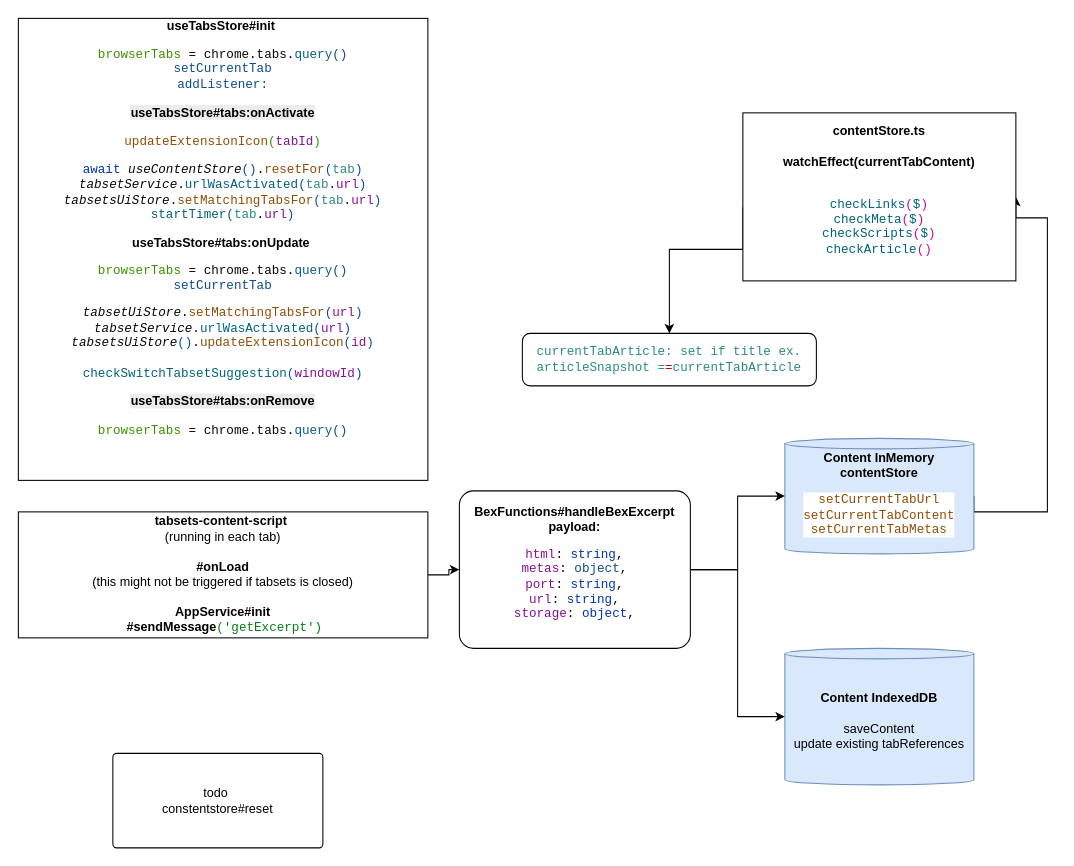
The draw.io diagram docs/drawio/test.drawio in evandor/tabsets, before the edit. Source tidied: cells renumbered, new cells numbered last; positions are measured from the earlier drawing's top-left corner, leaving out a move shared by most shapes. Both pictures are drawn from the tidied source at 105%, with x=0, y=0 at pixel (18, 18).
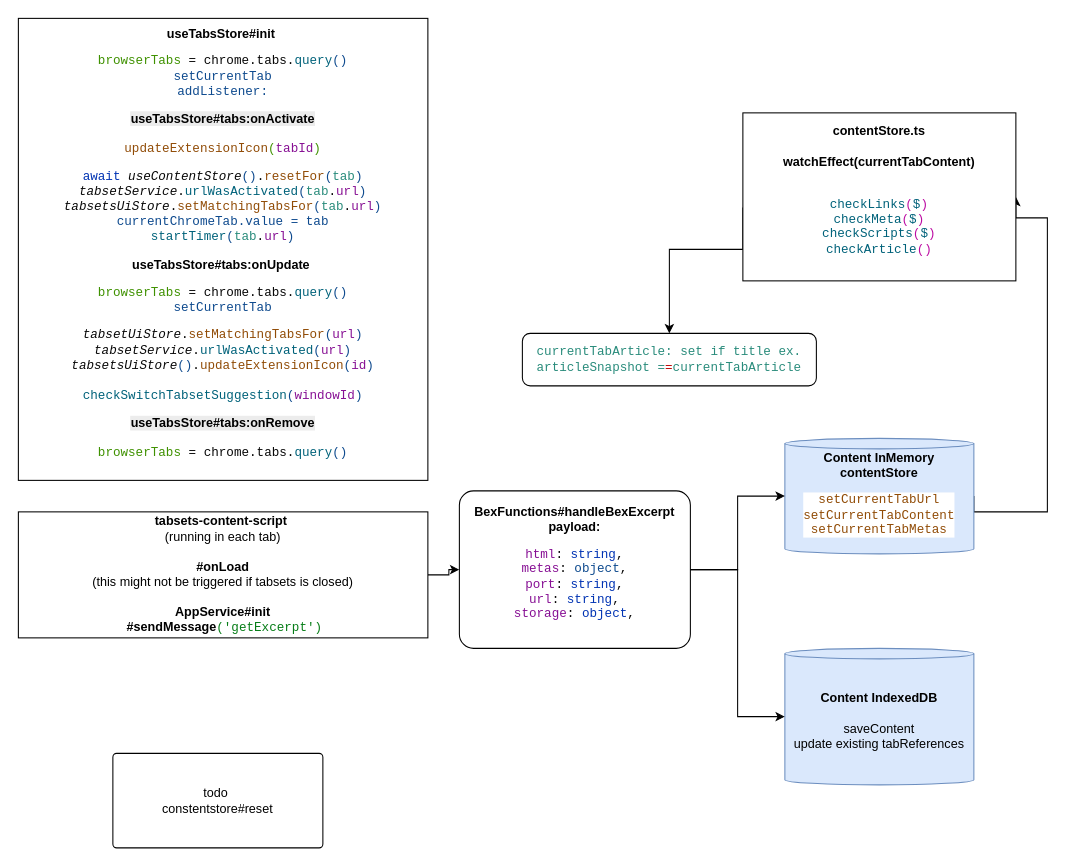
The same diagram, later.

Change to the diagram source:
```diff
@@
-    <mxCell id="8" value="&lt;div&gt;&lt;b&gt;useTabsStore#init&lt;/b&gt;&amp;nbsp;&lt;div&gt;&lt;div style=&quot;background-color: rgb(255, 255, 255); color: rgb(8, 8, 8);&quot;&gt;&lt;pre style=&quot;color: light-dark(rgb(8, 8, 8), rgb(230, 230, 230)); font-family: &amp;quot;JetBrains Mono&amp;quot;, monospace;&quot;&gt;&lt;span style=&quot;color: rgb(63, 145, 1);&quot;&gt;browserTabs&lt;span style=&quot;background-color: light-dark(rgb(255, 255, 255), rgb(18, 18, 18)); white-space: normal; color: rgb(145, 76, 7);&quot;&gt;&amp;nbsp;&lt;/span&gt;&lt;span style=&quot;background-color: light-dark(rgb(255, 255, 255), rgb(18, 18, 18)); color: light-dark(rgb(8, 8, 8), rgb(230, 230, 230)); white-space: normal;&quot;&gt;= chrome.tabs.&lt;/span&gt;&lt;span style=&quot;background-color: light-dark(rgb(255, 255, 255), rgb(18, 18, 18)); white-space: normal; color: rgb(0, 98, 122);&quot;&gt;query&lt;/span&gt;&lt;span style=&quot;background-color: light-dark(rgb(255, 255, 255), rgb(18, 18, 18)); white-space: normal; color: rgb(14, 74, 142);&quot;&gt;()&lt;br&gt;setCurrentTab&lt;br&gt;addListener:&lt;/span&gt;&lt;/span&gt;&lt;/pre&gt;&lt;/div&gt;&lt;/div&gt;&lt;/div&gt;&lt;pre style=&quot;color: light-dark(rgb(8, 8, 8), rgb(230, 230, 230)); font-family: &amp;quot;JetBrains Mono&amp;quot;, monospace;&quot;&gt;&lt;span style=&quot;color: rgb(63, 145, 1);&quot;&gt;&lt;span style=&quot;background-color: light-dark(rgb(255, 255, 255), rgb(18, 18, 18)); white-space: normal; color: rgb(14, 74, 142);&quot;&gt;&lt;b style=&quot;color: rgb(0, 0, 0); font-family: Helvetica; background-color: rgb(236, 236, 236);&quot;&gt;useTabsStore#tabs:onActivate&lt;/b&gt;&lt;/span&gt;&lt;/span&gt;&lt;/pre&gt;&lt;span style=&quot;font-family: &amp;quot;JetBrains Mono&amp;quot;, monospace; background-color: transparent; color: rgb(145, 76, 7);&quot;&gt;updateExtensionIcon&lt;/span&gt;&lt;span style=&quot;font-family: &amp;quot;JetBrains Mono&amp;quot;, monospace; background-color: transparent; color: rgb(63, 145, 1);&quot;&gt;(&lt;/span&gt;&lt;span style=&quot;font-family: &amp;quot;JetBrains Mono&amp;quot;, monospace; background-color: transparent; color: rgb(135, 16, 148);&quot;&gt;tabId&lt;/span&gt;&lt;span style=&quot;font-family: &amp;quot;JetBrains Mono&amp;quot;, monospace; background-color: transparent; color: rgb(63, 145, 1);&quot;&gt;)&lt;/span&gt;&lt;div&gt;&lt;div style=&quot;background-color: rgb(255, 255, 255); color: rgb(8, 8, 8);&quot;&gt;&lt;pre style=&quot;font-family:'JetBrains Mono',monospace;font-size:9,8pt;&quot;&gt;&lt;span style=&quot;color: rgb(0, 51, 179);&quot;&gt;await &lt;/span&gt;&lt;span style=&quot;font-style:italic;&quot;&gt;useContentStore&lt;/span&gt;&lt;span style=&quot;color: rgb(14, 74, 142);&quot;&gt;()&lt;/span&gt;.&lt;span style=&quot;color: rgb(145, 76, 7);&quot;&gt;resetFor&lt;/span&gt;&lt;span style=&quot;color: rgb(14, 74, 142);&quot;&gt;(&lt;/span&gt;&lt;span style=&quot;color: rgb(42, 140, 124);&quot;&gt;tab&lt;/span&gt;&lt;span style=&quot;color: rgb(14, 74, 142);&quot;&gt;)&lt;br&gt;&lt;/span&gt;&lt;i&gt;tabsetService&lt;/i&gt;.&lt;span style=&quot;color: rgb(0, 98, 122);&quot;&gt;urlWasActivated&lt;/span&gt;&lt;span style=&quot;color: rgb(14, 74, 142);&quot;&gt;(&lt;/span&gt;&lt;span style=&quot;color: rgb(42, 140, 124);&quot;&gt;tab&lt;/span&gt;.&lt;span style=&quot;color: rgb(135, 16, 148);&quot;&gt;url&lt;/span&gt;&lt;span style=&quot;color: rgb(14, 74, 142);&quot;&gt;)&lt;br&gt;&lt;/span&gt;&lt;i&gt;tabsetsUiStore&lt;/i&gt;.&lt;span style=&quot;color: rgb(145, 76, 7);&quot;&gt;setMatchingTabsFor&lt;/span&gt;&lt;span style=&quot;color: rgb(14, 74, 142);&quot;&gt;(&lt;/span&gt;&lt;span style=&quot;color: rgb(42, 140, 124);&quot;&gt;tab&lt;/span&gt;.&lt;span style=&quot;color: rgb(135, 16, 148);&quot;&gt;url&lt;/span&gt;&lt;span style=&quot;color: rgb(14, 74, 142);&quot;&gt;)&lt;br&gt;&lt;/span&gt;&lt;span style=&quot;color: rgb(0, 98, 122);&quot;&gt;startTimer&lt;/span&gt;&lt;span style=&quot;color: rgb(14, 74, 142);&quot;&gt;(&lt;/span&gt;&lt;span style=&quot;color: rgb(42, 140, 124);&quot;&gt;tab&lt;/span&gt;.&lt;span style=&quot;color: rgb(135, 16, 148);&quot;&gt;url&lt;/span&gt;&lt;span style=&quot;color: rgb(14, 74, 142);&quot;&gt;)&lt;/span&gt;&lt;/pre&gt;&lt;/div&gt;&lt;/div&gt;&lt;div&gt;&lt;b&gt;useTabsStore#tabs:onUpdate&lt;/b&gt;&amp;nbsp;&lt;div&gt;&lt;div style=&quot;background-color: rgb(255, 255, 255); color: rgb(8, 8, 8);&quot;&gt;&lt;pre style=&quot;color: light-dark(rgb(8, 8, 8), rgb(230, 230, 230)); font-family: &amp;quot;JetBrains Mono&amp;quot;, monospace;&quot;&gt;&lt;span style=&quot;color: rgb(63, 145, 1);&quot;&gt;browserTabs&lt;span style=&quot;background-color: light-dark(rgb(255, 255, 255), rgb(18, 18, 18)); white-space: normal; color: rgb(145, 76, 7);&quot;&gt;&amp;nbsp;&lt;/span&gt;&lt;span style=&quot;background-color: light-dark(rgb(255, 255, 255), rgb(18, 18, 18)); color: light-dark(rgb(8, 8, 8), rgb(230, 230, 230)); white-space: normal;&quot;&gt;= chrome.tabs.&lt;/span&gt;&lt;span style=&quot;background-color: light-dark(rgb(255, 255, 255), rgb(18, 18, 18)); white-space: normal; color: rgb(0, 98, 122);&quot;&gt;query&lt;/span&gt;&lt;span style=&quot;background-color: light-dark(rgb(255, 255, 255), rgb(18, 18, 18)); white-space: normal; color: rgb(14, 74, 142);&quot;&gt;()&lt;br&gt;setCurrentTab&lt;/span&gt;&lt;/span&gt;&lt;/pre&gt;&lt;pre style=&quot;color: light-dark(rgb(8, 8, 8), rgb(230, 230, 230)); font-family: &amp;quot;JetBrains Mono&amp;quot;, monospace;&quot;&gt;&lt;span style=&quot;color: rgb(63, 145, 1);&quot;&gt;&lt;span style=&quot;background-color: light-dark(rgb(255, 255, 255), rgb(18, 18, 18)); white-space: normal; color: rgb(14, 74, 142);&quot;&gt;&lt;div style=&quot;color: rgb(8, 8, 8);&quot;&gt;&lt;pre style=&quot;font-family:'JetBrains Mono',monospace;font-size:9,8pt;&quot;&gt;&lt;span style=&quot;font-style:italic;&quot;&gt;tabsetUiStore&lt;/span&gt;.&lt;span style=&quot;color: rgb(145, 76, 7);&quot;&gt;setMatchingTabsFor&lt;/span&gt;&lt;span style=&quot;color: rgb(14, 74, 142);&quot;&gt;(&lt;/span&gt;&lt;span style=&quot;color: rgb(135, 16, 148);&quot;&gt;url&lt;/span&gt;&lt;span style=&quot;color: rgb(14, 74, 142);&quot;&gt;)&lt;br&gt;&lt;/span&gt;&lt;span style=&quot;font-style:italic;&quot;&gt;tabsetService&lt;/span&gt;.&lt;span style=&quot;color: rgb(0, 98, 122);&quot;&gt;urlWasActivated&lt;/span&gt;&lt;span style=&quot;color: rgb(14, 74, 142);&quot;&gt;(&lt;/span&gt;&lt;span style=&quot;color: rgb(135, 16, 148);&quot;&gt;url&lt;/span&gt;&lt;span style=&quot;color: rgb(14, 74, 142);&quot;&gt;)&lt;br&gt;&lt;/span&gt;&lt;span style=&quot;font-style:italic;&quot;&gt;tabsetsUiStore&lt;/span&gt;&lt;span style=&quot;color: rgb(14, 74, 142);&quot;&gt;()&lt;/span&gt;.&lt;span style=&quot;color: rgb(145, 76, 7);&quot;&gt;updateExtensionIcon&lt;/span&gt;&lt;span style=&quot;color: rgb(14, 74, 142);&quot;&gt;(&lt;/span&gt;&lt;span style=&quot;color: rgb(135, 16, 148);&quot;&gt;id&lt;/span&gt;&lt;span style=&quot;color: rgb(14, 74, 142);&quot;&gt;)&lt;br&gt;&lt;/span&gt;&lt;span style=&quot;color: rgb(14, 74, 142);&quot;&gt;&lt;br&gt;&lt;/span&gt;&lt;span style=&quot;color: rgb(0, 98, 122);&quot;&gt;checkSwitchTabsetSuggestion&lt;/span&gt;&lt;span style=&quot;color: rgb(14, 74, 142);&quot;&gt;(&lt;/span&gt;&lt;span style=&quot;color: rgb(135, 16, 148);&quot;&gt;windowId&lt;/span&gt;&lt;span style=&quot;color: rgb(14, 74, 142);&quot;&gt;)&lt;/span&gt;&lt;/pre&gt;&lt;/div&gt;&lt;/span&gt;&lt;/span&gt;&lt;/pre&gt;&lt;pre style=&quot;color: light-dark(rgb(8, 8, 8), rgb(230, 230, 230)); font-family: &amp;quot;JetBrains Mono&amp;quot;, monospace;&quot;&gt;&lt;b style=&quot;color: rgb(0, 0, 0); font-family: Helvetica; white-space: normal; background-color: rgb(236, 236, 236);&quot;&gt;useTabsStore#tabs:onRemove&lt;/b&gt;&lt;/pre&gt;&lt;pre style=&quot;color: light-dark(rgb(8, 8, 8), rgb(230, 230, 230)); font-family: &amp;quot;JetBrains Mono&amp;quot;, monospace;&quot;&gt;&lt;span style=&quot;color: rgb(63, 145, 1);&quot;&gt;browserTabs&lt;span style=&quot;background-color: light-dark(rgb(255, 255, 255), rgb(18, 18, 18)); white-space: normal; color: rgb(145, 76, 7);&quot;&gt;&amp;nbsp;&lt;/span&gt;&lt;span style=&quot;background-color: light-dark(rgb(255, 255, 255), rgb(18, 18, 18)); color: light-dark(rgb(8, 8, 8), rgb(230, 230, 230)); white-space: normal;&quot;&gt;= chrome.tabs.&lt;/span&gt;&lt;span style=&quot;background-color: light-dark(rgb(255, 255, 255), rgb(18, 18, 18)); white-space: normal; color: rgb(0, 98, 122);&quot;&gt;query&lt;/span&gt;&lt;span style=&quot;background-color: light-dark(rgb(255, 255, 255), rgb(18, 18, 18)); white-space: normal; color: rgb(14, 74, 142);&quot;&gt;()&lt;/span&gt;&lt;/span&gt;&lt;/pre&gt;&lt;pre style=&quot;color: light-dark(rgb(8, 8, 8), rgb(230, 230, 230)); font-family: &amp;quot;JetBrains Mono&amp;quot;, monospace;&quot;&gt;&lt;b style=&quot;color: rgb(0, 0, 0); font-family: Helvetica; white-space: normal; background-color: rgb(236, 236, 236);&quot;&gt;&lt;br&gt;&lt;/b&gt;&lt;/pre&gt;&lt;/div&gt;&lt;/div&gt;&lt;/div&gt;" style="whiteSpace=wrap;html=1;" parent="1" vertex="1">
+    <mxCell id="8" value="&lt;div&gt;&lt;b&gt;useTabsStore#init&lt;/b&gt;&amp;nbsp;&lt;div&gt;&lt;div style=&quot;background-color: rgb(255, 255, 255); color: rgb(8, 8, 8);&quot;&gt;&lt;pre style=&quot;color: light-dark(rgb(8, 8, 8), rgb(230, 230, 230)); font-family: &amp;quot;JetBrains Mono&amp;quot;, monospace;&quot;&gt;&lt;span style=&quot;color: rgb(63, 145, 1);&quot;&gt;browserTabs&lt;span style=&quot;background-color: light-dark(rgb(255, 255, 255), rgb(18, 18, 18)); white-space: normal; color: rgb(145, 76, 7);&quot;&gt;&amp;nbsp;&lt;/span&gt;&lt;span style=&quot;background-color: light-dark(rgb(255, 255, 255), rgb(18, 18, 18)); color: light-dark(rgb(8, 8, 8), rgb(230, 230, 230)); white-space: normal;&quot;&gt;= chrome.tabs.&lt;/span&gt;&lt;span style=&quot;background-color: light-dark(rgb(255, 255, 255), rgb(18, 18, 18)); white-space: normal; color: rgb(0, 98, 122);&quot;&gt;query&lt;/span&gt;&lt;span style=&quot;background-color: light-dark(rgb(255, 255, 255), rgb(18, 18, 18)); white-space: normal; color: rgb(14, 74, 142);&quot;&gt;()&lt;br&gt;setCurrentTab&lt;br&gt;addListener:&lt;/span&gt;&lt;/span&gt;&lt;/pre&gt;&lt;/div&gt;&lt;/div&gt;&lt;/div&gt;&lt;pre style=&quot;color: light-dark(rgb(8, 8, 8), rgb(230, 230, 230)); font-family: &amp;quot;JetBrains Mono&amp;quot;, monospace;&quot;&gt;&lt;span style=&quot;color: rgb(63, 145, 1);&quot;&gt;&lt;span style=&quot;background-color: light-dark(rgb(255, 255, 255), rgb(18, 18, 18)); white-space: normal; color: rgb(14, 74, 142);&quot;&gt;&lt;b style=&quot;color: rgb(0, 0, 0); font-family: Helvetica; background-color: rgb(236, 236, 236);&quot;&gt;useTabsStore#tabs:onActivate&lt;/b&gt;&lt;/span&gt;&lt;/span&gt;&lt;/pre&gt;&lt;span style=&quot;font-family: &amp;quot;JetBrains Mono&amp;quot;, monospace; background-color: transparent; color: rgb(145, 76, 7);&quot;&gt;updateExtensionIcon&lt;/span&gt;&lt;span style=&quot;font-family: &amp;quot;JetBrains Mono&amp;quot;, monospace; background-color: transparent; color: rgb(63, 145, 1);&quot;&gt;(&lt;/span&gt;&lt;span style=&quot;font-family: &amp;quot;JetBrains Mono&amp;quot;, monospace; background-color: transparent; color: rgb(135, 16, 148);&quot;&gt;tabId&lt;/span&gt;&lt;span style=&quot;font-family: &amp;quot;JetBrains Mono&amp;quot;, monospace; background-color: transparent; color: rgb(63, 145, 1);&quot;&gt;)&lt;/span&gt;&lt;div&gt;&lt;div style=&quot;background-color: rgb(255, 255, 255); color: rgb(8, 8, 8);&quot;&gt;&lt;pre style=&quot;font-family:'JetBrains Mono',monospace;font-size:9,8pt;&quot;&gt;&lt;span style=&quot;color: rgb(0, 51, 179);&quot;&gt;await &lt;/span&gt;&lt;span style=&quot;font-style:italic;&quot;&gt;useContentStore&lt;/span&gt;&lt;span style=&quot;color: rgb(14, 74, 142);&quot;&gt;()&lt;/span&gt;.&lt;span style=&quot;color: rgb(145, 76, 7);&quot;&gt;resetFor&lt;/span&gt;&lt;span style=&quot;color: rgb(14, 74, 142);&quot;&gt;(&lt;/span&gt;&lt;span style=&quot;color: rgb(42, 140, 124);&quot;&gt;tab&lt;/span&gt;&lt;span style=&quot;color: rgb(14, 74, 142);&quot;&gt;)&lt;br&gt;&lt;/span&gt;&lt;i&gt;tabsetService&lt;/i&gt;.&lt;span style=&quot;color: rgb(0, 98, 122);&quot;&gt;urlWasActivated&lt;/span&gt;&lt;span style=&quot;color: rgb(14, 74, 142);&quot;&gt;(&lt;/span&gt;&lt;span style=&quot;color: rgb(42, 140, 124);&quot;&gt;tab&lt;/span&gt;.&lt;span style=&quot;color: rgb(135, 16, 148);&quot;&gt;url&lt;/span&gt;&lt;span style=&quot;color: rgb(14, 74, 142);&quot;&gt;)&lt;br&gt;&lt;/span&gt;&lt;i&gt;tabsetsUiStore&lt;/i&gt;.&lt;span style=&quot;color: rgb(145, 76, 7);&quot;&gt;setMatchingTabsFor&lt;/span&gt;&lt;span style=&quot;color: rgb(14, 74, 142);&quot;&gt;(&lt;/span&gt;&lt;span style=&quot;color: rgb(42, 140, 124);&quot;&gt;tab&lt;/span&gt;.&lt;span style=&quot;color: rgb(135, 16, 148);&quot;&gt;url&lt;/span&gt;&lt;span style=&quot;color: rgb(14, 74, 142);&quot;&gt;)&lt;br&gt;currentChromeTab.value = tab&lt;br&gt;&lt;/span&gt;&lt;span style=&quot;color: rgb(0, 98, 122);&quot;&gt;startTimer&lt;/span&gt;&lt;span style=&quot;color: rgb(14, 74, 142);&quot;&gt;(&lt;/span&gt;&lt;span style=&quot;color: rgb(42, 140, 124);&quot;&gt;tab&lt;/span&gt;.&lt;span style=&quot;color: rgb(135, 16, 148);&quot;&gt;url&lt;/span&gt;&lt;span style=&quot;color: rgb(14, 74, 142);&quot;&gt;)&lt;/span&gt;&lt;/pre&gt;&lt;/div&gt;&lt;/div&gt;&lt;div&gt;&lt;b&gt;useTabsStore#tabs:onUpdate&lt;/b&gt;&amp;nbsp;&lt;div&gt;&lt;div style=&quot;background-color: rgb(255, 255, 255); color: rgb(8, 8, 8);&quot;&gt;&lt;pre style=&quot;color: light-dark(rgb(8, 8, 8), rgb(230, 230, 230)); font-family: &amp;quot;JetBrains Mono&amp;quot;, monospace;&quot;&gt;&lt;span style=&quot;color: rgb(63, 145, 1);&quot;&gt;browserTabs&lt;span style=&quot;background-color: light-dark(rgb(255, 255, 255), rgb(18, 18, 18)); white-space: normal; color: rgb(145, 76, 7);&quot;&gt;&amp;nbsp;&lt;/span&gt;&lt;span style=&quot;background-color: light-dark(rgb(255, 255, 255), rgb(18, 18, 18)); color: light-dark(rgb(8, 8, 8), rgb(230, 230, 230)); white-space: normal;&quot;&gt;= chrome.tabs.&lt;/span&gt;&lt;span style=&quot;background-color: light-dark(rgb(255, 255, 255), rgb(18, 18, 18)); white-space: normal; color: rgb(0, 98, 122);&quot;&gt;query&lt;/span&gt;&lt;span style=&quot;background-color: light-dark(rgb(255, 255, 255), rgb(18, 18, 18)); white-space: normal; color: rgb(14, 74, 142);&quot;&gt;()&lt;br&gt;setCurrentTab&lt;/span&gt;&lt;/span&gt;&lt;/pre&gt;&lt;pre style=&quot;color: light-dark(rgb(8, 8, 8), rgb(230, 230, 230)); font-family: &amp;quot;JetBrains Mono&amp;quot;, monospace;&quot;&gt;&lt;span style=&quot;color: rgb(63, 145, 1);&quot;&gt;&lt;span style=&quot;background-color: light-dark(rgb(255, 255, 255), rgb(18, 18, 18)); white-space: normal; color: rgb(14, 74, 142);&quot;&gt;&lt;div style=&quot;color: rgb(8, 8, 8);&quot;&gt;&lt;pre style=&quot;font-family:'JetBrains Mono',monospace;font-size:9,8pt;&quot;&gt;&lt;span style=&quot;font-style:italic;&quot;&gt;tabsetUiStore&lt;/span&gt;.&lt;span style=&quot;color: rgb(145, 76, 7);&quot;&gt;setMatchingTabsFor&lt;/span&gt;&lt;span style=&quot;color: rgb(14, 74, 142);&quot;&gt;(&lt;/span&gt;&lt;span style=&quot;color: rgb(135, 16, 148);&quot;&gt;url&lt;/span&gt;&lt;span style=&quot;color: rgb(14, 74, 142);&quot;&gt;)&lt;br&gt;&lt;/span&gt;&lt;span style=&quot;font-style:italic;&quot;&gt;tabsetService&lt;/span&gt;.&lt;span style=&quot;color: rgb(0, 98, 122);&quot;&gt;urlWasActivated&lt;/span&gt;&lt;span style=&quot;color: rgb(14, 74, 142);&quot;&gt;(&lt;/span&gt;&lt;span style=&quot;color: rgb(135, 16, 148);&quot;&gt;url&lt;/span&gt;&lt;span style=&quot;color: rgb(14, 74, 142);&quot;&gt;)&lt;br&gt;&lt;/span&gt;&lt;span style=&quot;font-style:italic;&quot;&gt;tabsetsUiStore&lt;/span&gt;&lt;span style=&quot;color: rgb(14, 74, 142);&quot;&gt;()&lt;/span&gt;.&lt;span style=&quot;color: rgb(145, 76, 7);&quot;&gt;updateExtensionIcon&lt;/span&gt;&lt;span style=&quot;color: rgb(14, 74, 142);&quot;&gt;(&lt;/span&gt;&lt;span style=&quot;color: rgb(135, 16, 148);&quot;&gt;id&lt;/span&gt;&lt;span style=&quot;color: rgb(14, 74, 142);&quot;&gt;)&lt;br&gt;&lt;/span&gt;&lt;span style=&quot;color: rgb(14, 74, 142);&quot;&gt;&lt;br&gt;&lt;/span&gt;&lt;span style=&quot;color: rgb(0, 98, 122);&quot;&gt;checkSwitchTabsetSuggestion&lt;/span&gt;&lt;span style=&quot;color: rgb(14, 74, 142);&quot;&gt;(&lt;/span&gt;&lt;span style=&quot;color: rgb(135, 16, 148);&quot;&gt;windowId&lt;/span&gt;&lt;span style=&quot;color: rgb(14, 74, 142);&quot;&gt;)&lt;/span&gt;&lt;/pre&gt;&lt;/div&gt;&lt;/span&gt;&lt;/span&gt;&lt;/pre&gt;&lt;pre style=&quot;color: light-dark(rgb(8, 8, 8), rgb(230, 230, 230)); font-family: &amp;quot;JetBrains Mono&amp;quot;, monospace;&quot;&gt;&lt;b style=&quot;color: rgb(0, 0, 0); font-family: Helvetica; white-space: normal; background-color: rgb(236, 236, 236);&quot;&gt;useTabsStore#tabs:onRemove&lt;/b&gt;&lt;/pre&gt;&lt;pre style=&quot;color: light-dark(rgb(8, 8, 8), rgb(230, 230, 230)); font-family: &amp;quot;JetBrains Mono&amp;quot;, monospace;&quot;&gt;&lt;span style=&quot;color: rgb(63, 145, 1);&quot;&gt;browserTabs&lt;span style=&quot;background-color: light-dark(rgb(255, 255, 255), rgb(18, 18, 18)); white-space: normal; color: rgb(145, 76, 7);&quot;&gt;&amp;nbsp;&lt;/span&gt;&lt;span style=&quot;background-color: light-dark(rgb(255, 255, 255), rgb(18, 18, 18)); color: light-dark(rgb(8, 8, 8), rgb(230, 230, 230)); white-space: normal;&quot;&gt;= chrome.tabs.&lt;/span&gt;&lt;span style=&quot;background-color: light-dark(rgb(255, 255, 255), rgb(18, 18, 18)); white-space: normal; color: rgb(0, 98, 122);&quot;&gt;query&lt;/span&gt;&lt;span style=&quot;background-color: light-dark(rgb(255, 255, 255), rgb(18, 18, 18)); white-space: normal; color: rgb(14, 74, 142);&quot;&gt;()&lt;/span&gt;&lt;/span&gt;&lt;/pre&gt;&lt;/div&gt;&lt;/div&gt;&lt;/div&gt;" style="whiteSpace=wrap;html=1;" parent="1" vertex="1">
       <mxGeometry width="390" height="440" as="geometry" />
     </mxCell>
```
